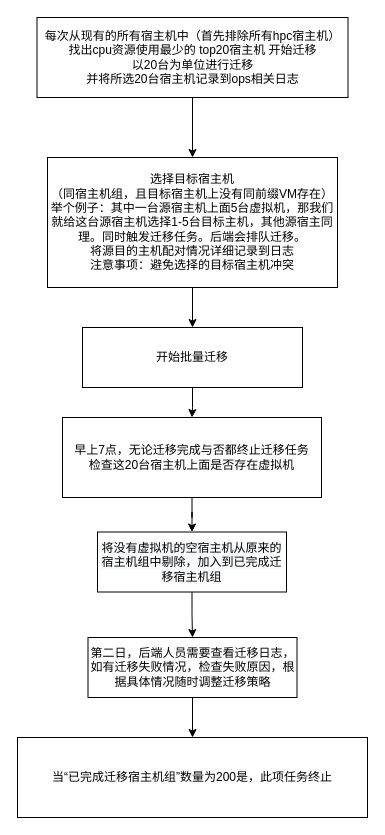
This is Untitled Diagram.drawio from davshen/k8s_native_camp_0, a draw.io file, before an edit. Source tidied: cells renumbered, new cells numbered last; positions are measured from the earlier drawing's top-left corner, leaving out a move shared by most shapes. Both pictures are drawn from the tidied source at 100%, with x=0, y=0 at pixel (17, 17).
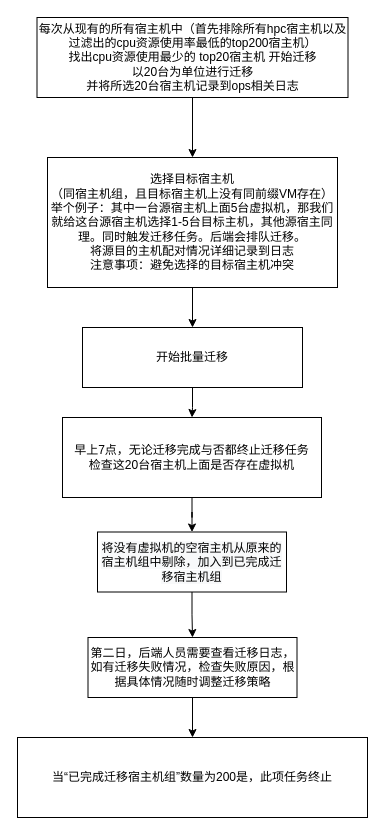
Above is the later version.

Diff of the diagram source:
```diff
@@
 <mxGraphModel>
   <root>
     <mxCell id="0" />
     <mxCell id="1" parent="0" />
     <mxCell id="2" style="edgeStyle=orthogonalEdgeStyle;rounded=0;jettySize=auto;html=1;" parent="1" edge="1" source="3" target="5">
       <mxGeometry relative="1" as="geometry" />
     </mxCell>
-    <mxCell id="3" value="每次从现有的所有宿主机中（首先排除所有hpc宿主机）&lt;br&gt;找出cpu资源使用最少的 top20宿主机 开始迁移&lt;br&gt;以20台为单位进行迁移&lt;br&gt;并将所选20台宿主机记录到ops相关日志" style="rounded=0;whiteSpace=wrap;html=1;" parent="1" vertex="1">
+    <mxCell id="3" value="每次从现有的所有宿主机中（首先排除所有hpc宿主机以及过滤出的cpu资源使用率最低的top200宿主机）&lt;br&gt;找出cpu资源使用最少的 top20宿主机 开始迁移&lt;br&gt;以20台为单位进行迁移&lt;br&gt;并将所选20台宿主机记录到ops相关日志" style="rounded=0;whiteSpace=wrap;html=1;" parent="1" vertex="1">
       <mxGeometry x="19.5" width="311" height="80" as="geometry" />
     </mxCell>
     <mxCell id="4" style="edgeStyle=orthogonalEdgeStyle;rounded=0;jettySize=auto;html=1;" parent="1" edge="1" source="5" target="7">
       <mxGeometry relative="1" as="geometry" />
     </mxCell>
     <mxCell id="5" value="选择目标宿主机&lt;br&gt;（同宿主机组，且目标宿主机上没有同前缀VM存在）&lt;br&gt;举个例子：其中一台源宿主机上面5台虚拟机，那我们就给这台源宿主机选择1-5台目标主机，其他源宿主同理。同时触发迁移任务。后端会排队迁移。&lt;br&gt;将源目的主机配对情况详细记录到日志&lt;br&gt;注意事项：避免选择的目标宿主机冲突" style="rounded=0;whiteSpace=wrap;html=1;" parent="1" vertex="1">
       <mxGeometry x="30" y="140" width="290" height="130" as="geometry" />
     </mxCell>
     <mxCell id="6" style="edgeStyle=orthogonalEdgeStyle;rounded=0;jettySize=auto;html=1;" parent="1" edge="1" source="7" target="10">
       <mxGeometry relative="1" as="geometry" />
     </mxCell>
     <mxCell id="7" value="开始批量迁移" style="rounded=0;whiteSpace=wrap;html=1;" parent="1" vertex="1">
       <mxGeometry x="65" y="310" width="220" height="60" as="geometry" />
     </mxCell>
     <mxCell id="8" value="当“已完成迁移宿主机组”数量为200是，此项任务终止" style="rounded=0;whiteSpace=wrap;html=1;" parent="1" vertex="1">
       <mxGeometry y="720" width="350" height="80" as="geometry" />
     </mxCell>
     <mxCell id="9" style="edgeStyle=orthogonalEdgeStyle;rounded=0;jettySize=auto;html=1;" parent="1" edge="1" source="10" target="12">
       <mxGeometry relative="1" as="geometry" />
     </mxCell>
     <mxCell id="10" value="&lt;span&gt;早上7点，无论迁移完成与否都终止迁移任务&lt;/span&gt;&lt;br&gt;&lt;span&gt;检查这20台宿主机上面是否存在虚拟机&lt;/span&gt;" style="rounded=0;whiteSpace=wrap;html=1;" parent="1" vertex="1">
       <mxGeometry x="45" y="400" width="259" height="80" as="geometry" />
     </mxCell>
     <mxCell id="11" style="edgeStyle=orthogonalEdgeStyle;rounded=0;jettySize=auto;html=1;" parent="1" edge="1" source="12" target="14">
       <mxGeometry relative="1" as="geometry" />
     </mxCell>
     <mxCell id="12" value="&lt;span style=&quot;color: rgb(0, 0, 0); font-family: helvetica; font-size: 12px; font-style: normal; font-weight: 400; letter-spacing: normal; text-align: center; text-indent: 0px; text-transform: none; word-spacing: 0px; background-color: rgb(248, 249, 250); display: inline; float: none;&quot;&gt;将没有虚拟机的空宿主机从原来的宿主机组中剔除，加入到已完成迁移宿主机组&lt;/span&gt;" style="rounded=0;whiteSpace=wrap;html=1;" parent="1" vertex="1">
       <mxGeometry x="80" y="514.5" width="189" height="60" as="geometry" />
     </mxCell>
     <mxCell id="13" style="edgeStyle=orthogonalEdgeStyle;rounded=0;jettySize=auto;html=1;" parent="1" edge="1" source="14" target="8">
       <mxGeometry relative="1" as="geometry" />
     </mxCell>
     <mxCell id="14" value="第二日，后端人员需要查看迁移日志，如有迁移失败情况，检查失败原因，根据具体情况随时调整迁移策略" style="rounded=0;whiteSpace=wrap;html=1;" parent="1" vertex="1">
       <mxGeometry x="70.5" y="620" width="209" height="60" as="geometry" />
     </mxCell>
   </root>
 </mxGraphModel>
```
